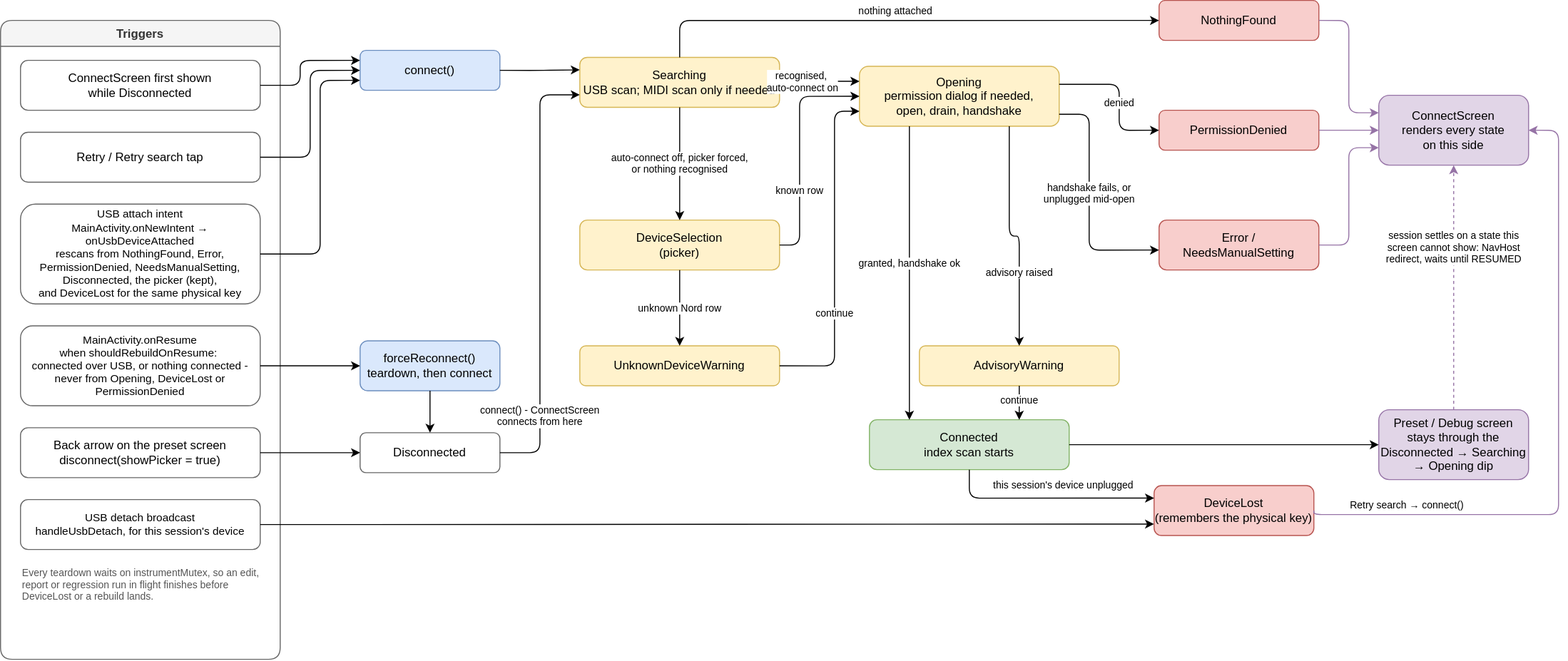
This is docs/usb_session.svg from steinachim/patchpilot, a draw.io export, as it was before one commit. Source tidied: cells renumbered, new cells last; positions are measured from the earlier drawing's top-left corner, leaving out a move shared by most shapes.
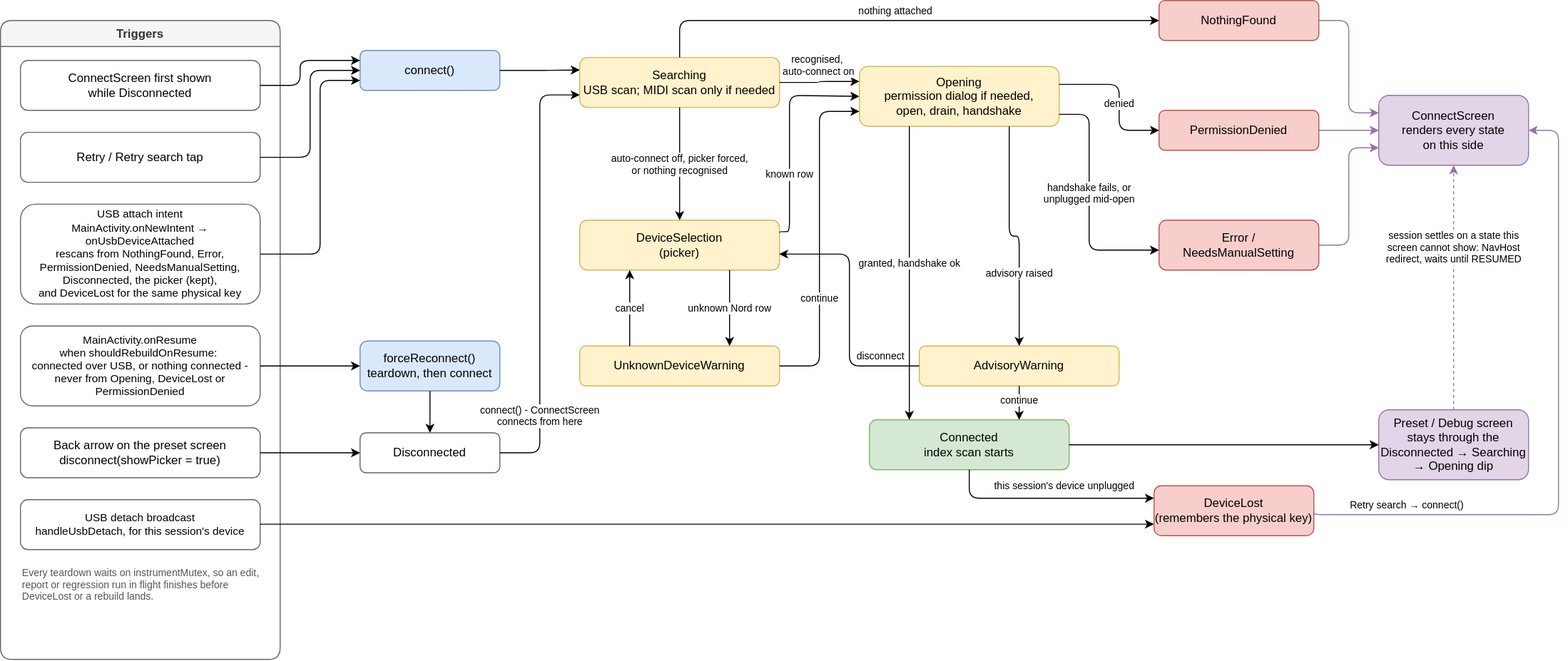
Above is the later version.

Change to the diagram source:
```diff
@@ -125,23 +125,23 @@
     <mxCell id="35" value="auto-connect off, picker forced,&#10;or nothing recognised" style="edgeStyle=orthogonalEdgeStyle;rounded=1;html=1;exitX=0.5;exitY=1;entryX=0.5;entryY=0;fontSize=10;labelBackgroundColor=#ffffff;" parent="1" edge="1" source="13" target="14">
       <mxGeometry relative="1" as="geometry" />
     </mxCell>
-    <mxCell id="36" value="known row" style="edgeStyle=orthogonalEdgeStyle;rounded=1;html=1;exitX=1;exitY=0.5;entryX=0;entryY=0.5;fontSize=10;labelBackgroundColor=#ffffff;entryDx=0;entryDy=0;" parent="1" edge="1" source="14" target="16">
+    <mxCell id="36" value="known row" style="edgeStyle=orthogonalEdgeStyle;rounded=1;html=1;exitX=1;exitY=0.25;entryX=0;entryY=0.5;fontSize=10;labelBackgroundColor=#ffffff;entryDx=0;entryDy=0;exitDx=0;exitDy=0;" parent="1" edge="1" source="14" target="16">
       <mxGeometry relative="1" as="geometry">
         <Array as="points">
-          <mxPoint x="800" y="245" />
-          <mxPoint x="800" y="96" />
+          <mxPoint x="790" y="231.5" />
+          <mxPoint x="790" y="95" />
         </Array>
         <mxPoint y="40" as="offset" />
       </mxGeometry>
     </mxCell>
-    <mxCell id="37" value="unknown Nord row" style="edgeStyle=orthogonalEdgeStyle;rounded=1;html=1;exitX=0.5;exitY=1;entryX=0.5;entryY=0;fontSize=10;labelBackgroundColor=#ffffff;" parent="1" edge="1" source="14" target="15">
+    <mxCell id="37" value="unknown Nord row" style="edgeStyle=orthogonalEdgeStyle;rounded=1;html=1;exitX=0.75;exitY=1;entryX=0.75;entryY=0;fontSize=10;labelBackgroundColor=#ffffff;exitDx=0;exitDy=0;entryDx=0;entryDy=0;" parent="1" edge="1" source="14" target="15">
       <mxGeometry relative="1" as="geometry" />
     </mxCell>
     <mxCell id="38" value="continue" style="edgeStyle=orthogonalEdgeStyle;rounded=1;html=1;exitX=1;exitY=0.5;entryX=0;entryY=0.75;fontSize=10;labelBackgroundColor=#ffffff;entryDx=0;entryDy=0;" parent="1" edge="1" source="15" target="16">
       <mxGeometry x="-0.35" relative="1" as="geometry">
         <Array as="points">
-          <mxPoint x="835" y="366" />
-          <mxPoint x="835" y="111" />
+          <mxPoint x="820" y="366" />
+          <mxPoint x="820" y="111" />
         </Array>
       </mxGeometry>
     </mxCell>
@@ -167,6 +167,17 @@
     <mxCell id="42" value="granted, handshake ok" style="edgeStyle=orthogonalEdgeStyle;rounded=1;html=1;exitX=0.25;exitY=1;entryX=0.2;entryY=0;fontSize=10;labelBackgroundColor=#ffffff;exitDx=0;exitDy=0;" parent="1" edge="1" source="16" target="18">
       <mxGeometry x="-0.07" relative="1" as="geometry" />
     </mxCell>
+    <mxCell id="52" value="cancel" style="edgeStyle=orthogonalEdgeStyle;rounded=1;html=1;exitX=0.25;exitY=0;entryX=0.25;entryY=1;fontSize=10;labelBackgroundColor=#ffffff;exitDx=0;exitDy=0;entryDx=0;entryDy=0;" parent="1" edge="1" source="15" target="14">
+      <mxGeometry relative="1" as="geometry" />
+    </mxCell>
+    <mxCell id="53" value="disconnect" style="edgeStyle=orthogonalEdgeStyle;rounded=1;html=1;exitX=0;exitY=0.5;entryX=0.998;entryY=0.679;fontSize=10;labelBackgroundColor=#ffffff;exitDx=0;exitDy=0;entryDx=0;entryDy=0;entryPerimeter=0;" parent="1" edge="1" source="17" target="14">
+      <mxGeometry x="-0.69" y="-10" relative="1" as="geometry">
+        <Array as="points">
+          <mxPoint x="850" y="366" />
+          <mxPoint x="850" y="254" />
+        </Array>
+      </mxGeometry>
+    </mxCell>
     <mxCell id="43" value="continue" style="edgeStyle=orthogonalEdgeStyle;rounded=1;html=1;entryX=0.75;entryY=0;fontSize=10;labelBackgroundColor=#ffffff;entryDx=0;entryDy=0;exitX=0.5;exitY=1;exitDx=0;exitDy=0;" parent="1" edge="1" source="17" target="18">
       <mxGeometry x="-0.18" relative="1" as="geometry" />
     </mxCell>
```
